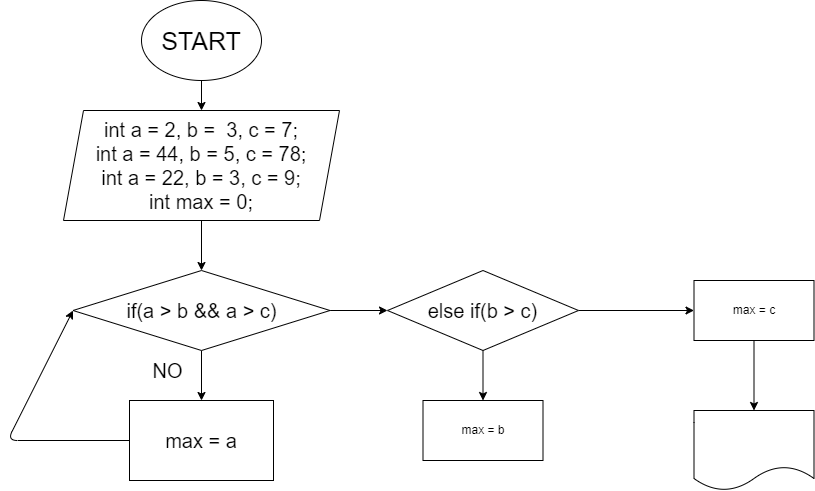
Before: Task2/Task2.drawio.png, a diagram exported from draw.io (Alex05524/Seminar001). Source tidied: cells renumbered, new cells last; positions are measured from the earlier drawing's top-left corner, leaving out a move shared by most shapes.
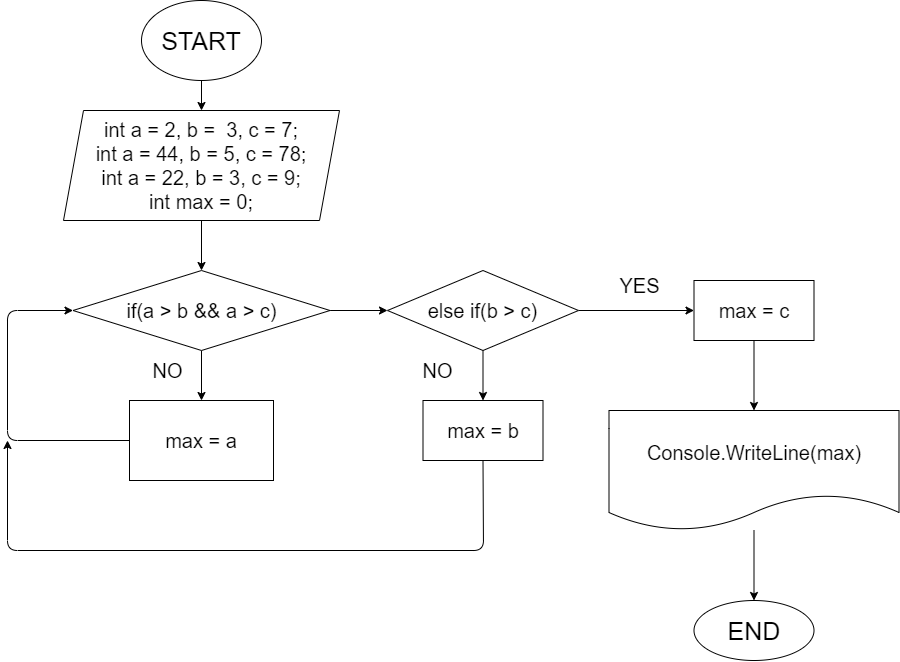
The same file after the commit.

What changed in the source:
```diff
@@ -36,6 +36,7 @@
       <mxGeometry relative="1" as="geometry">
         <Array as="points">
           <mxPoint y="440" />
+          <mxPoint y="310" />
         </Array>
       </mxGeometry>
     </mxCell>
@@ -45,17 +46,38 @@
     <mxCell id="14" value="NO" style="text;html=1;align=center;verticalAlign=middle;strokeColor=none;fillColor=none;fontSize=20;" parent="1" vertex="1">
       <mxGeometry x="135" y="355" width="50" height="30" as="geometry" />
     </mxCell>
+    <mxCell id="19" style="edgeStyle=none;html=1;exitX=0.5;exitY=1;exitDx=0;exitDy=0;fontSize=20;" parent="1" edge="1" source="15">
+      <mxGeometry relative="1" as="geometry">
+        <mxPoint y="440" as="targetPoint" />
+        <Array as="points">
+          <mxPoint x="476" y="550" />
+          <mxPoint y="550" />
+        </Array>
+      </mxGeometry>
+    </mxCell>
-    <mxCell id="15" value="max = b" style="whiteSpace=wrap;html=1;" parent="1" vertex="1">
+    <mxCell id="15" value="&lt;font style=&quot;font-size: 20px&quot;&gt;max = b&lt;/font&gt;" style="whiteSpace=wrap;html=1;" parent="1" vertex="1">
       <mxGeometry x="415.5" y="400" width="120" height="60" as="geometry" />
     </mxCell>
     <mxCell id="16" style="edgeStyle=none;html=1;fontSize=20;" parent="1" edge="1" source="17" target="18">
       <mxGeometry relative="1" as="geometry" />
     </mxCell>
-    <mxCell id="17" value="max = c" style="whiteSpace=wrap;html=1;" parent="1" vertex="1">
+    <mxCell id="17" value="&lt;font style=&quot;font-size: 20px&quot;&gt;max = c&lt;/font&gt;" style="whiteSpace=wrap;html=1;" parent="1" vertex="1">
       <mxGeometry x="686.5" y="280" width="120" height="60" as="geometry" />
     </mxCell>
+    <mxCell id="20" style="edgeStyle=none;html=1;fontSize=20;" parent="1" edge="1" source="18" target="23">
+      <mxGeometry relative="1" as="geometry" />
+    </mxCell>
-    <mxCell id="18" style="shape=document;whiteSpace=wrap;html=1;boundedLbl=1;" parent="1" vertex="1">
-      <mxGeometry x="686.5" y="410" width="120" height="80" as="geometry" />
+    <mxCell id="18" value="&lt;font style=&quot;font-size: 20px&quot;&gt;Console.WriteLine(max)&lt;/font&gt;" style="shape=document;whiteSpace=wrap;html=1;boundedLbl=1;" parent="1" vertex="1">
+      <mxGeometry x="601.5" y="410" width="290" height="120" as="geometry" />
     </mxCell>
+    <mxCell id="21" value="NO" style="text;html=1;align=center;verticalAlign=middle;strokeColor=none;fillColor=none;fontSize=20;" parent="1" vertex="1">
+      <mxGeometry x="405" y="355" width="50" height="30" as="geometry" />
+    </mxCell>
+    <mxCell id="22" value="YES" style="text;html=1;align=center;verticalAlign=middle;strokeColor=none;fillColor=none;fontSize=20;" parent="1" vertex="1">
+      <mxGeometry x="601.5" y="270" width="60" height="30" as="geometry" />
+    </mxCell>
+    <mxCell id="23" value="&lt;font style=&quot;font-size: 25px&quot;&gt;END&lt;/font&gt;" style="ellipse;whiteSpace=wrap;html=1;" parent="1" vertex="1">
+      <mxGeometry x="686.5" y="600" width="120" height="60" as="geometry" />
+    </mxCell>
   </root>
 </mxGraphModel>
```
